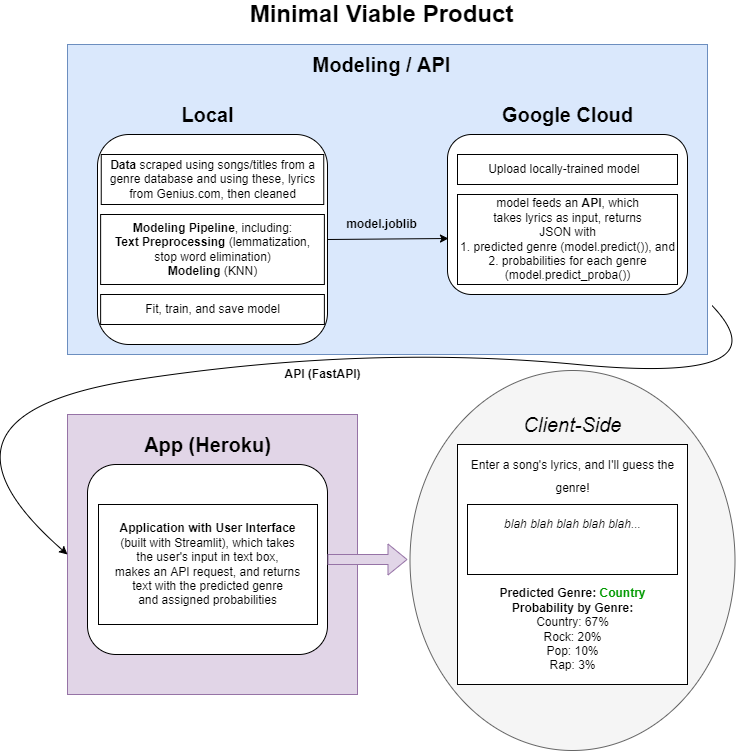
Above: productdiagram.png in robpasternak/GenreGuesser (draw.io), before the change. Source tidied: cells renumbered, new cells last; positions are measured from the earlier drawing's top-left corner, leaving out a move shared by most shapes.
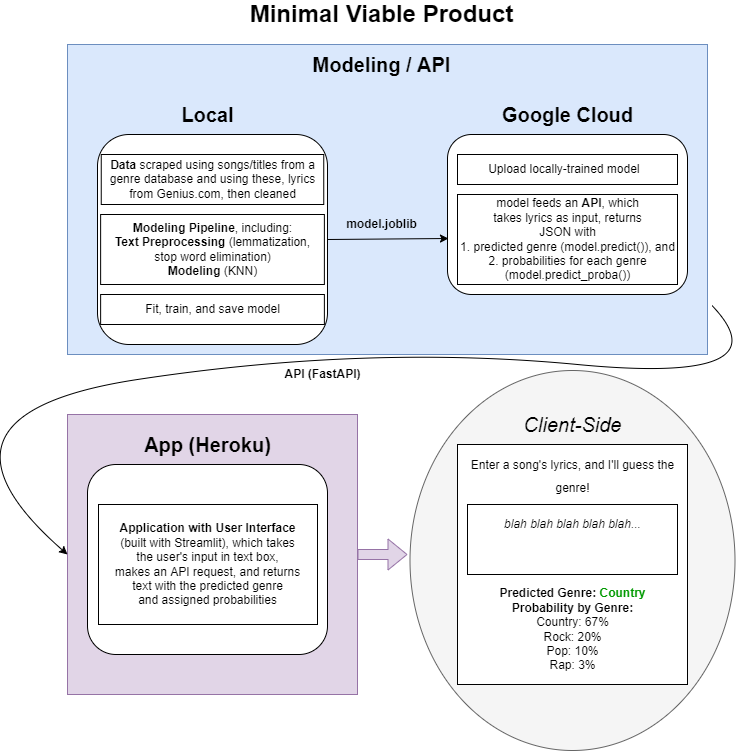
Above is the later version.

The edit, as a diff of the source:
```diff
@@ -68,9 +68,9 @@
     <mxCell id="23" value="&lt;b&gt;Application with User Interface&lt;/b&gt;&lt;br&gt;(built with Streamlit), which takes&lt;br&gt;the user's input in text box,&lt;br&gt;makes an API request, and returns&lt;br&gt;text with the predicted genre&lt;br&gt;and assigned probabilities" style="text;html=1;align=center;verticalAlign=middle;fillColor=none;strokeColor=none;rounded=0;fontSize=12;fontColor=#000000;" parent="1" vertex="1">
       <mxGeometry x="200" y="515" width="200" height="90" as="geometry" />
     </mxCell>
-    <mxCell id="24" style="shape=flexArrow;endArrow=classic;html=1;rounded=0;fontSize=12;fontColor=#000000;exitX=1;exitY=0.5;exitDx=0;exitDy=0;fillColor=#e1d5e7;strokeColor=#9673a6;" parent="1" edge="1" source="19">
+    <mxCell id="24" style="shape=flexArrow;endArrow=classic;html=1;rounded=0;fontSize=12;fontColor=#000000;exitX=1;exitY=0.5;exitDx=0;exitDy=0;fillColor=#e1d5e7;strokeColor=#9673a6;" parent="1" edge="1" source="2">
       <mxGeometry relative="1" as="geometry">
-        <mxPoint x="500" y="555" as="targetPoint" />
+        <mxPoint x="500" y="550" as="targetPoint" />
       </mxGeometry>
     </mxCell>
     <mxCell id="25" value="&lt;font style=&quot;font-size: 20px&quot;&gt;&lt;b&gt;Local&lt;/b&gt;&lt;br&gt;&lt;/font&gt;" style="text;html=1;align=center;verticalAlign=middle;fillColor=none;strokeColor=none;rounded=0;fontSize=24;" parent="1" vertex="1">
```
